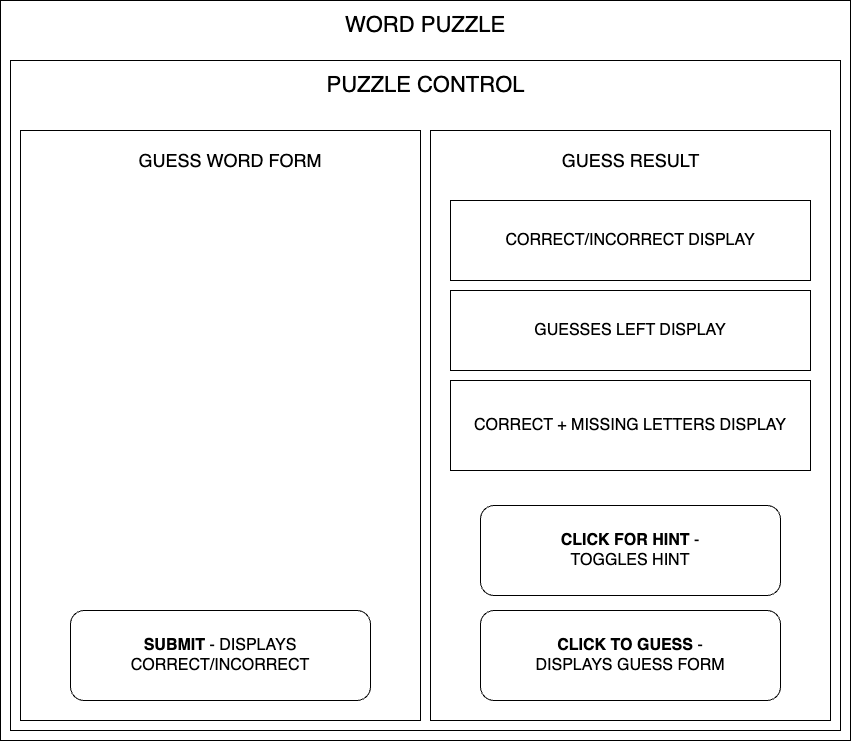
Before: src/assets/wordpuzzle.png, a diagram exported from draw.io (emmalgs/word-puzzle). Source tidied: cells renumbered, new cells last; positions are measured from the earlier drawing's top-left corner, leaving out a move shared by most shapes.
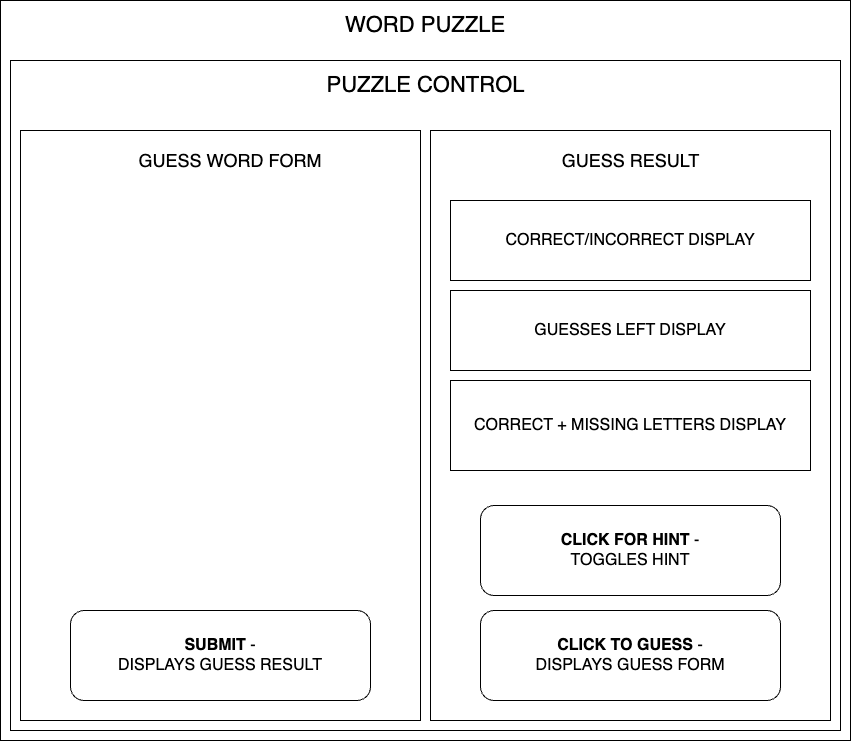
The same file after the commit.

Commit message:
add guess letter form and handle start and submit click

Diff of the diagram source:
```diff
@@ -26,7 +26,7 @@
     <mxCell id="9" value="&lt;font style=&quot;font-size: 18px;&quot;&gt;GUESS RESULT&lt;/font&gt;" style="text;html=1;strokeColor=none;fillColor=none;align=center;verticalAlign=middle;whiteSpace=wrap;rounded=0;" parent="1" vertex="1">
       <mxGeometry x="549.5" y="140" width="161" height="40" as="geometry" />
     </mxCell>
-    <mxCell id="10" value="&lt;font style=&quot;font-size: 16px;&quot;&gt;&lt;b&gt;SUBMIT&lt;/b&gt; - DISPLAYS CORRECT/INCORRECT&lt;/font&gt;" style="rounded=1;whiteSpace=wrap;html=1;" parent="1" vertex="1">
+    <mxCell id="10" value="&lt;font style=&quot;font-size: 16px;&quot;&gt;&lt;b&gt;SUBMIT&lt;/b&gt; - &lt;br&gt;DISPLAYS GUESS RESULT&lt;br&gt;&lt;/font&gt;" style="rounded=1;whiteSpace=wrap;html=1;" parent="1" vertex="1">
       <mxGeometry x="70" y="610" width="300" height="90" as="geometry" />
     </mxCell>
     <mxCell id="11" value="&lt;font style=&quot;font-size: 16px;&quot;&gt;CORRECT/INCORRECT DISPLAY&lt;/font&gt;" style="rounded=0;whiteSpace=wrap;html=1;" parent="1" vertex="1">
```
